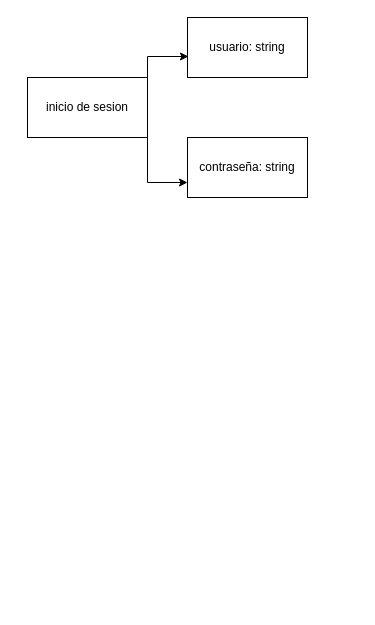
Before: Diagrama de objetos.drawio in KAI1718/clase, a draw.io diagram. Source tidied: cells renumbered, new cells numbered last; positions are measured from the earlier drawing's top-left corner, leaving out a move shared by most shapes. Both pictures are drawn from the tidied source at 100%, with x=0, y=0 at pixel (27, 17).
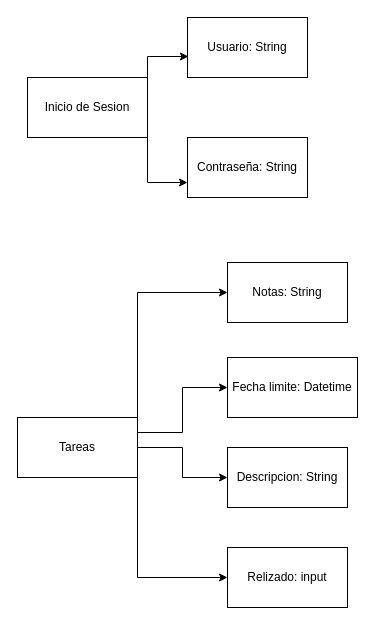
After the change.

Change to the diagram source:
```diff
@@
 <mxGraphModel>
   <root>
     <mxCell id="0" />
     <mxCell id="1" parent="0" />
     <mxCell id="2" style="edgeStyle=orthogonalEdgeStyle;rounded=0;jettySize=auto;html=1;exitX=1;exitY=0;exitDx=0;exitDy=0;entryX=0.008;entryY=0.65;entryDx=0;entryDy=0;entryPerimeter=0;" parent="1" edge="1" source="4" target="5">
       <mxGeometry relative="1" as="geometry" />
     </mxCell>
     <mxCell id="3" style="edgeStyle=orthogonalEdgeStyle;rounded=0;jettySize=auto;html=1;exitX=1;exitY=1;exitDx=0;exitDy=0;entryX=0;entryY=0.75;entryDx=0;entryDy=0;" parent="1" edge="1" source="4" target="6">
       <mxGeometry relative="1" as="geometry" />
     </mxCell>
-    <mxCell id="4" value="inicio de sesion" style="rounded=0;whiteSpace=wrap;html=1;" parent="1" vertex="1">
+    <mxCell id="4" value="Inicio de Sesion" style="rounded=0;whiteSpace=wrap;html=1;" parent="1" vertex="1">
       <mxGeometry y="60" width="120" height="60" as="geometry" />
     </mxCell>
-    <mxCell id="5" value="usuario: string" style="rounded=0;whiteSpace=wrap;html=1;" parent="1" vertex="1">
+    <mxCell id="5" value="Usuario: String" style="rounded=0;whiteSpace=wrap;html=1;" parent="1" vertex="1">
       <mxGeometry x="160" width="120" height="60" as="geometry" />
     </mxCell>
-    <mxCell id="6" value="contraseña: string" style="rounded=0;whiteSpace=wrap;html=1;" parent="1" vertex="1">
+    <mxCell id="6" value="Contraseña: String" style="rounded=0;whiteSpace=wrap;html=1;" parent="1" vertex="1">
       <mxGeometry x="160" y="120" width="120" height="60" as="geometry" />
     </mxCell>
+    <mxCell id="7" style="edgeStyle=orthogonalEdgeStyle;rounded=0;jettySize=auto;html=1;exitX=1;exitY=0;exitDx=0;exitDy=0;entryX=0;entryY=0.5;entryDx=0;entryDy=0;" parent="1" edge="1" source="11" target="12">
+      <mxGeometry relative="1" as="geometry" />
+    </mxCell>
+    <mxCell id="8" style="edgeStyle=orthogonalEdgeStyle;rounded=0;jettySize=auto;html=1;exitX=1;exitY=0.25;exitDx=0;exitDy=0;entryX=0;entryY=0.5;entryDx=0;entryDy=0;" parent="1" edge="1" source="11" target="13">
+      <mxGeometry relative="1" as="geometry" />
+    </mxCell>
+    <mxCell id="9" style="edgeStyle=orthogonalEdgeStyle;rounded=0;jettySize=auto;html=1;exitX=1;exitY=0.5;exitDx=0;exitDy=0;entryX=0;entryY=0.5;entryDx=0;entryDy=0;" parent="1" edge="1" source="11" target="14">
+      <mxGeometry relative="1" as="geometry" />
+    </mxCell>
+    <mxCell id="10" style="edgeStyle=orthogonalEdgeStyle;rounded=0;jettySize=auto;html=1;exitX=1;exitY=1;exitDx=0;exitDy=0;entryX=0;entryY=0.5;entryDx=0;entryDy=0;" parent="1" edge="1" source="11" target="15">
+      <mxGeometry relative="1" as="geometry" />
+    </mxCell>
+    <mxCell id="11" value="Tareas" style="rounded=0;whiteSpace=wrap;html=1;" parent="1" vertex="1">
+      <mxGeometry x="-10" y="400" width="120" height="60" as="geometry" />
+    </mxCell>
+    <mxCell id="12" value="Notas: String" style="rounded=0;whiteSpace=wrap;html=1;" parent="1" vertex="1">
+      <mxGeometry x="200" y="245" width="120" height="60" as="geometry" />
+    </mxCell>
+    <mxCell id="13" value="Fecha limite: Datetime" style="rounded=0;whiteSpace=wrap;html=1;" parent="1" vertex="1">
+      <mxGeometry x="200" y="340" width="130" height="60" as="geometry" />
+    </mxCell>
+    <mxCell id="14" value="Descripcion: String" style="rounded=0;whiteSpace=wrap;html=1;" parent="1" vertex="1">
+      <mxGeometry x="200" y="430" width="120" height="60" as="geometry" />
+    </mxCell>
+    <mxCell id="15" value="Relizado: input" style="rounded=0;whiteSpace=wrap;html=1;" parent="1" vertex="1">
+      <mxGeometry x="200" y="530" width="120" height="60" as="geometry" />
+    </mxCell>
   </root>
 </mxGraphModel>
```
